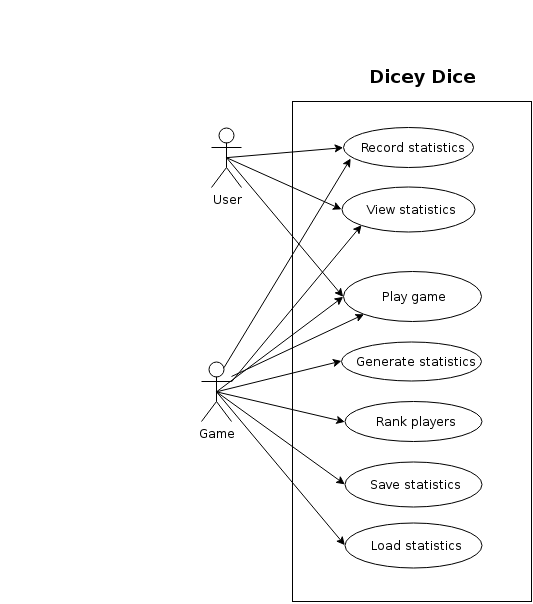
Above: Documentation/UseCaseDiagram.png in nwhenson/CSE360-Dice (draw.io), before the change. Source tidied: cells renumbered, new cells last; positions are measured from the earlier drawing's top-left corner, leaving out a move shared by most shapes.
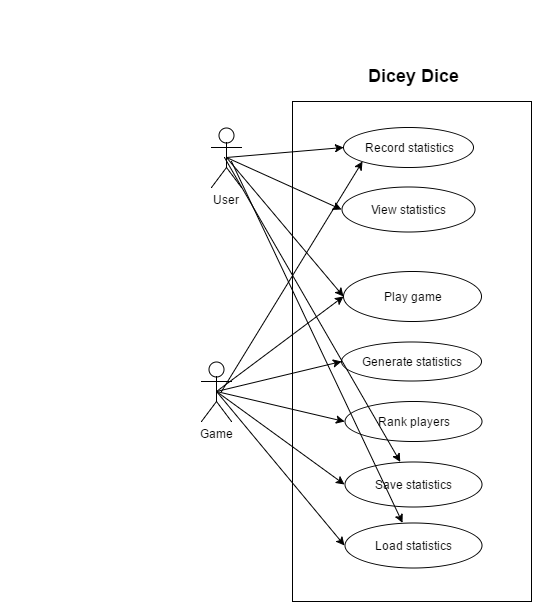
Later version of the same file.

Commit message:
Fixed Use case diagram

Change to the diagram source:
```diff
@@ -33,7 +33,7 @@
       <mxGeometry x="343" y="400" width="137" height="40" as="geometry" />
     </mxCell>
     <mxCell id="12" value="&lt;h2&gt;Dicey Dice&lt;/h2&gt;" style="text;html=1;strokeColor=none;fillColor=none;align=center;verticalAlign=middle;whiteSpace=wrap;overflow=hidden;fontFamily=Helvetica;" parent="1" vertex="1">
-      <mxGeometry x="350" y="50" width="140" height="40" as="geometry" />
+      <mxGeometry x="341" y="50" width="140" height="40" as="geometry" />
     </mxCell>
     <mxCell id="13" value="Play game" style="ellipse;whiteSpace=wrap;html=1;fontFamily=Helvetica;" parent="1" vertex="1">
       <mxGeometry x="342" y="270" width="138" height="50" as="geometry" />
@@ -62,16 +62,20 @@
     <mxCell id="21" style="edgeStyle=none;rounded=0;html=1;exitX=0.5;exitY=0.5;exitPerimeter=0;entryX=0;entryY=0.5;jettySize=auto;" parent="1" edge="1" source="4" target="10">
       <mxGeometry relative="1" as="geometry" />
     </mxCell>
-    <mxCell id="22" style="endArrow=classic;html=1;fillColor=#05FFFF;entryX=0;entryY=1;" parent="1" edge="1" target="13">
-      <mxGeometry relative="1" as="geometry">
-        <mxPoint x="230" y="375" as="sourcePoint" />
-      </mxGeometry>
-    </mxCell>
-    <mxCell id="23" style="endArrow=classic;html=1;fillColor=#05FFFF;exitX=1;exitY=0.3333333333333333;exitPerimeter=0;entryX=0;entryY=1;" parent="1" edge="1" source="5" target="10">
-      <mxGeometry x="184" y="290" as="geometry" />
-    </mxCell>
-    <mxCell id="24" style="endArrow=classic;html=1;fillColor=#05FFFF;exitX=0.75;exitY=0.1;exitPerimeter=0;entryX=0.055;entryY=0.777;entryPerimeter=0;" parent="1" edge="1" source="5" target="6">
-      <mxGeometry relative="1" as="geometry" />
-    </mxCell>
+    <mxCell id="25" style="endArrow=classic;html=1;fontSize=12;entryX=0;entryY=1;" parent="1" edge="1" target="6">
+      <mxGeometry relative="1" as="geometry">
+        <mxPoint x="220" y="390" as="sourcePoint" />
+      </mxGeometry>
+    </mxCell>
+    <mxCell id="26" style="endArrow=classic;html=1;fontSize=12;" parent="1" edge="1" target="16">
+      <mxGeometry relative="1" as="geometry">
+        <mxPoint x="223" y="156" as="sourcePoint" />
+      </mxGeometry>
+    </mxCell>
+    <mxCell id="27" style="endArrow=classic;html=1;fontSize=12;" parent="1" edge="1" target="18">
+      <mxGeometry relative="1" as="geometry">
+        <mxPoint x="230" y="160" as="sourcePoint" />
+      </mxGeometry>
+    </mxCell>
   </root>
 </mxGraphModel>
```
